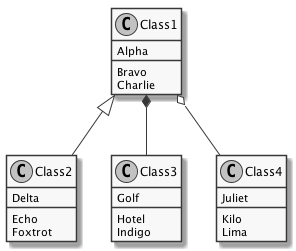
The PlantUML diagram doc/class-diagram/class-diagram.plantuml.png in joelparkerhenderson/plantuml-examples, before a commit.
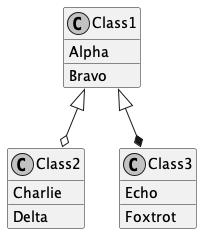
The same file after the commit.

Change to the diagram source:
```diff
@@ -3,24 +3,15 @@
 class Class1 {
   {field} Alpha
   {method} Bravo
-  {method} Charlie
 }
 class Class2 {
-  {field} Delta
-  {method} Echo
+  {field} Charlie
+  {method} Delta
+}
+class Class3 {
+  {field} Echo
   {method} Foxtrot
 }
-class Class3 {
-  {field} Golf
-  {method} Hotel
-  {method} Indigo
-}
-class Class4 {
-  {field} Juliet
-  {method} Kilo
-  {method} Lima
-}
-Class1 <|-- Class2
-Class1 *-- Class3
-Class1 o-- Class4
+Class1 <|--o Class2
+Class1 <|--* Class3
 @enduml
```
